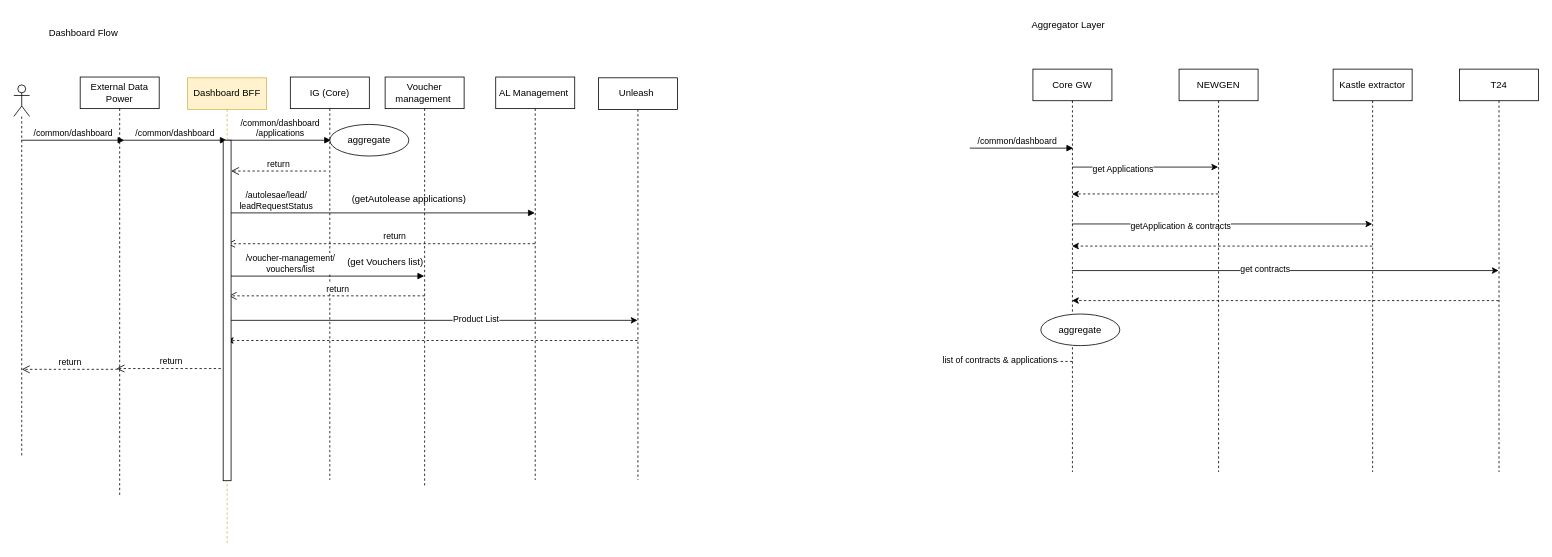
This is page "Dashboard" (3 of 18) of Migration Onboarding & origination Flow .drawio from MHosnii/DrawIo, a draw.io file, before an edit. Source tidied: cells renumbered, new cells numbered last; positions are measured from the earlier drawing's top-left corner, leaving out a move shared by most shapes. Both pictures are drawn from the tidied source at 79%, with x=0, y=0 at pixel (13, 13).
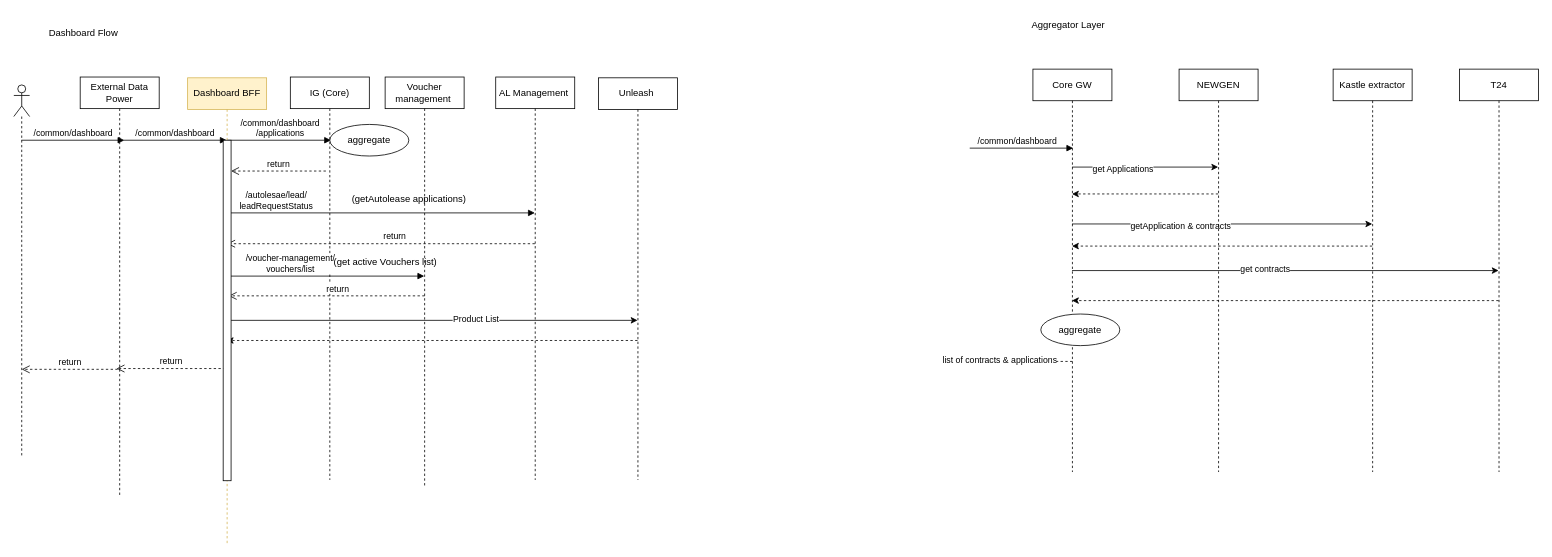
Above is the later version.

Unchanged cells that the change refers to:
```xml
<mxCell id="4" style="group;" parent="2" vertex="1">
  <mxGeometry width="840" height="530" as="geometry" />
</mxCell>
```

Change to the diagram source:
```diff
@@
-    <mxCell id="19" value="(get Vouchers list)" style="text;html=1;align=center;verticalAlign=middle;strokeColor=none;fillColor=none;" parent="4" vertex="1">
-      <mxGeometry x="410" y="220" width="120" height="30" as="geometry" />
+    <mxCell id="19" value="(get active Vouchers list)" style="text;html=1;align=center;verticalAlign=middle;strokeColor=none;fillColor=none;" parent="4" vertex="1">
+      <mxGeometry x="395" y="220" width="150" height="30" as="geometry" />
     </mxCell>
```
